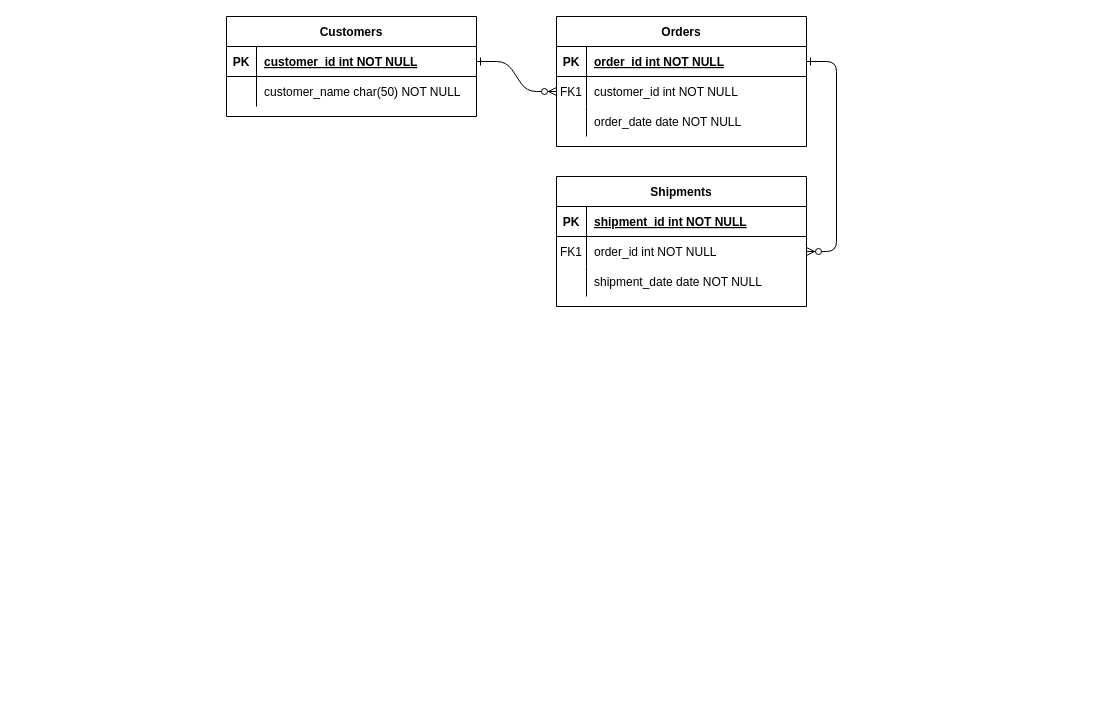
Above: SwinApp.drawio in Olivia-Ph/SwinApp (draw.io), before the change. Source tidied: cells renumbered, new cells numbered last; positions are measured from the earlier drawing's top-left corner, leaving out a move shared by most shapes. Both pictures are drawn from the tidied source at 100%, with x=0, y=0 at pixel (226, 16).
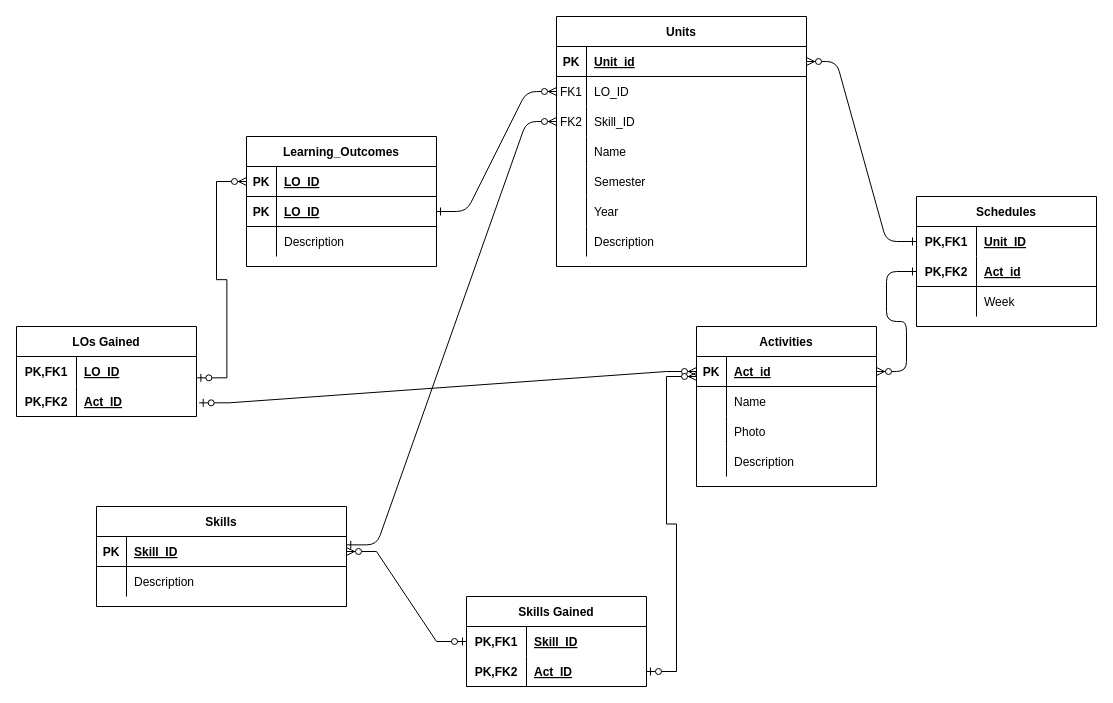
After the change.

The change refers to these unchanged cells:
```xml
<mxCell id="5" style="shape=partialRectangle;fillColor=none;points=[[0,0.5],[1,0.5]];portConstraint=eastwest;top=0;left=0;right=0;bottom=1;" parent="4" vertex="1">
  <mxGeometry y="30" width="250" height="30" as="geometry" />
</mxCell>
<mxCell id="8" style="shape=partialRectangle;fillColor=none;points=[[0,0.5],[1,0.5]];portConstraint=eastwest;top=0;left=0;right=0;bottom=0;" parent="4" vertex="1">
  <mxGeometry y="60" width="250" height="30" as="geometry" />
</mxCell>
<mxCell id="11" style="shape=partialRectangle;fillColor=none;points=[[0,0.5],[1,0.5]];portConstraint=eastwest;top=0;left=0;right=0;bottom=0;" parent="4" vertex="1">
  <mxGeometry y="90" width="250" height="30" as="geometry" />
</mxCell>
<mxCell id="15" style="shape=partialRectangle;fillColor=none;points=[[0,0.5],[1,0.5]];portConstraint=eastwest;top=0;left=0;right=0;bottom=1;" parent="14" vertex="1">
  <mxGeometry y="30" width="250" height="30" as="geometry" />
</mxCell>
<mxCell id="18" style="shape=partialRectangle;fillColor=none;points=[[0,0.5],[1,0.5]];portConstraint=eastwest;top=0;left=0;right=0;bottom=0;" parent="14" vertex="1">
  <mxGeometry y="60" width="250" height="30" as="geometry" />
</mxCell>
```

The edit, as a diff of the source:
```diff
@@
-    <mxCell id="3" style="edgeStyle=entityRelationEdgeStyle;endArrow=ERzeroToMany;startArrow=ERone;endFill=1;startFill=0;" parent="1" edge="1" source="5" target="18">
-      <mxGeometry relative="1" as="geometry" />
-    </mxCell>
-    <mxCell id="4" value="Orders" style="shape=table;startSize=30;childLayout=tableLayout;rowLines=0;fontStyle=1;align=center;" parent="1" vertex="1">
-      <mxGeometry x="330" width="250" height="130" as="geometry" />
+    <mxCell id="4" value="Units" style="shape=table;startSize=30;childLayout=tableLayout;rowLines=0;fontStyle=1;align=center;" parent="1" vertex="1">
+      <mxGeometry x="330" width="250" height="250" as="geometry" />
     </mxCell>
@@
-    <mxCell id="7" value="order_id int NOT NULL " style="shape=partialRectangle;overflow=hidden;fillColor=none;top=0;left=0;bottom=0;right=0;align=left;spacingLeft=6;fontStyle=5;" parent="5" vertex="1">
+    <mxCell id="7" value="Unit_id" style="shape=partialRectangle;overflow=hidden;fillColor=none;top=0;left=0;bottom=0;right=0;align=left;spacingLeft=6;fontStyle=5;" parent="5" vertex="1">
       <mxGeometry x="30" width="220" height="30" as="geometry" />
     </mxCell>
@@
-    <mxCell id="10" value="customer_id int NOT NULL" style="shape=partialRectangle;overflow=hidden;fillColor=none;top=0;left=0;bottom=0;right=0;align=left;spacingLeft=6;" parent="8" vertex="1">
+    <mxCell id="10" value="LO_ID" style="shape=partialRectangle;overflow=hidden;fillColor=none;top=0;left=0;bottom=0;right=0;align=left;spacingLeft=6;" parent="8" vertex="1">
       <mxGeometry x="30" width="220" height="30" as="geometry" />
     </mxCell>
@@
-    <mxCell id="12" style="shape=partialRectangle;overflow=hidden;fillColor=none;top=0;left=0;bottom=0;right=0;" parent="11" vertex="1">
+    <mxCell id="12" value="FK2" style="shape=partialRectangle;overflow=hidden;fillColor=none;top=0;left=0;bottom=0;right=0;" parent="11" vertex="1">
       <mxGeometry width="30" height="30" as="geometry" />
     </mxCell>
-    <mxCell id="13" value="order_date date NOT NULL" style="shape=partialRectangle;overflow=hidden;fillColor=none;top=0;left=0;bottom=0;right=0;align=left;spacingLeft=6;" parent="11" vertex="1">
+    <mxCell id="13" value="Skill_ID" style="shape=partialRectangle;overflow=hidden;fillColor=none;top=0;left=0;bottom=0;right=0;align=left;spacingLeft=6;" parent="11" vertex="1">
       <mxGeometry x="30" width="220" height="30" as="geometry" />
     </mxCell>
+    <mxCell id="31" style="shape=partialRectangle;fillColor=none;top=0;left=0;right=0;bottom=0;" parent="4" vertex="1">
+      <mxGeometry y="120" width="250" height="30" as="geometry" />
+    </mxCell>
+    <mxCell id="32" style="shape=partialRectangle;overflow=hidden;fillColor=none;top=0;left=0;bottom=0;right=0;" parent="31" vertex="1">
+      <mxGeometry width="30" height="30" as="geometry" />
+    </mxCell>
+    <mxCell id="33" value="Name" style="shape=partialRectangle;overflow=hidden;fillColor=none;top=0;left=0;bottom=0;right=0;align=left;spacingLeft=6;" parent="31" vertex="1">
+      <mxGeometry x="30" width="220" height="30" as="geometry" />
+    </mxCell>
+    <mxCell id="34" style="shape=partialRectangle;fillColor=none;top=0;left=0;right=0;bottom=0;" parent="4" vertex="1">
+      <mxGeometry y="150" width="250" height="30" as="geometry" />
+    </mxCell>
+    <mxCell id="35" style="shape=partialRectangle;overflow=hidden;fillColor=none;top=0;left=0;bottom=0;right=0;" parent="34" vertex="1">
+      <mxGeometry width="30" height="30" as="geometry" />
+    </mxCell>
+    <mxCell id="36" value="Semester" style="shape=partialRectangle;overflow=hidden;fillColor=none;top=0;left=0;bottom=0;right=0;align=left;spacingLeft=6;" parent="34" vertex="1">
+      <mxGeometry x="30" width="220" height="30" as="geometry" />
+    </mxCell>
+    <mxCell id="37" style="shape=partialRectangle;fillColor=none;top=0;left=0;right=0;bottom=0;" parent="4" vertex="1">
+      <mxGeometry y="180" width="250" height="30" as="geometry" />
+    </mxCell>
+    <mxCell id="38" style="shape=partialRectangle;overflow=hidden;fillColor=none;top=0;left=0;bottom=0;right=0;" parent="37" vertex="1">
+      <mxGeometry width="30" height="30" as="geometry" />
+    </mxCell>
+    <mxCell id="39" value="Year" style="shape=partialRectangle;overflow=hidden;fillColor=none;top=0;left=0;bottom=0;right=0;align=left;spacingLeft=6;" parent="37" vertex="1">
+      <mxGeometry x="30" width="220" height="30" as="geometry" />
+    </mxCell>
+    <mxCell id="40" style="shape=partialRectangle;fillColor=none;top=0;left=0;right=0;bottom=0;" parent="4" vertex="1">
+      <mxGeometry y="210" width="250" height="30" as="geometry" />
+    </mxCell>
+    <mxCell id="41" style="shape=partialRectangle;overflow=hidden;fillColor=none;top=0;left=0;bottom=0;right=0;" parent="40" vertex="1">
+      <mxGeometry width="30" height="30" as="geometry" />
+    </mxCell>
+    <mxCell id="42" value="Description" style="shape=partialRectangle;overflow=hidden;fillColor=none;top=0;left=0;bottom=0;right=0;align=left;spacingLeft=6;" parent="40" vertex="1">
+      <mxGeometry x="30" width="220" height="30" as="geometry" />
+    </mxCell>
-    <mxCell id="14" value="Shipments" style="shape=table;startSize=30;childLayout=tableLayout;rowLines=0;fontStyle=1;align=center;" parent="1" vertex="1">
-      <mxGeometry x="330" y="160" width="250" height="130" as="geometry" />
+    <mxCell id="14" value="Skills" style="shape=table;startSize=30;childLayout=tableLayout;rowLines=0;fontStyle=1;align=center;" parent="1" vertex="1">
+      <mxGeometry x="-130" y="490" width="250" height="100" as="geometry" />
     </mxCell>
@@
-    <mxCell id="17" value="shipment_id int NOT NULL " style="shape=partialRectangle;overflow=hidden;fillColor=none;top=0;left=0;bottom=0;right=0;align=left;spacingLeft=6;fontStyle=5;" parent="15" vertex="1">
+    <mxCell id="17" value="Skill_ID" style="shape=partialRectangle;overflow=hidden;fillColor=none;top=0;left=0;bottom=0;right=0;align=left;spacingLeft=6;fontStyle=5;" parent="15" vertex="1">
       <mxGeometry x="30" width="220" height="30" as="geometry" />
     </mxCell>
@@
-    <mxCell id="19" value="FK1" style="shape=partialRectangle;overflow=hidden;fillColor=none;top=0;left=0;bottom=0;right=0;" parent="18" vertex="1">
+    <mxCell id="19" style="shape=partialRectangle;overflow=hidden;fillColor=none;top=0;left=0;bottom=0;right=0;" parent="18" vertex="1">
       <mxGeometry width="30" height="30" as="geometry" />
     </mxCell>
-    <mxCell id="20" value="order_id int NOT NULL" style="shape=partialRectangle;overflow=hidden;fillColor=none;top=0;left=0;bottom=0;right=0;align=left;spacingLeft=6;" parent="18" vertex="1">
+    <mxCell id="20" value="Description" style="shape=partialRectangle;overflow=hidden;fillColor=none;top=0;left=0;bottom=0;right=0;align=left;spacingLeft=6;" parent="18" vertex="1">
       <mxGeometry x="30" width="220" height="30" as="geometry" />
     </mxCell>
-    <mxCell id="21" style="shape=partialRectangle;fillColor=none;top=0;left=0;right=0;bottom=0;" parent="14" vertex="1">
-      <mxGeometry y="90" width="250" height="30" as="geometry" />
-    </mxCell>
-    <mxCell id="22" style="shape=partialRectangle;overflow=hidden;fillColor=none;top=0;left=0;bottom=0;right=0;" parent="21" vertex="1">
-      <mxGeometry width="30" height="30" as="geometry" />
-    </mxCell>
-    <mxCell id="23" value="shipment_date date NOT NULL" style="shape=partialRectangle;overflow=hidden;fillColor=none;top=0;left=0;bottom=0;right=0;align=left;spacingLeft=6;" parent="21" vertex="1">
-      <mxGeometry x="30" width="220" height="30" as="geometry" />
-    </mxCell>
-    <mxCell id="24" value="Customers" style="shape=table;startSize=30;childLayout=tableLayout;rowLines=0;fontStyle=1;align=center;" parent="1" vertex="1">
-      <mxGeometry width="250" height="100" as="geometry" />
+    <mxCell id="24" value="Learning_Outcomes" style="shape=table;startSize=30;childLayout=tableLayout;rowLines=0;fontStyle=1;align=center;" parent="1" vertex="1">
+      <mxGeometry x="20" y="120" width="190" height="130" as="geometry" />
     </mxCell>
+    <mxCell id="43" style="shape=partialRectangle;fillColor=none;points=[[0,0.5],[1,0.5]];portConstraint=eastwest;top=0;left=0;right=0;bottom=1;" parent="24" vertex="1">
+      <mxGeometry y="30" width="190" height="30" as="geometry" />
+    </mxCell>
+    <mxCell id="44" value="PK" style="shape=partialRectangle;overflow=hidden;fillColor=none;top=0;left=0;bottom=0;right=0;fontStyle=1;" parent="43" vertex="1">
+      <mxGeometry width="30" height="30" as="geometry" />
+    </mxCell>
+    <mxCell id="45" value="LO_ID" style="shape=partialRectangle;overflow=hidden;fillColor=none;top=0;left=0;bottom=0;right=0;align=left;spacingLeft=6;fontStyle=5;" parent="43" vertex="1">
+      <mxGeometry x="30" width="160" height="30" as="geometry" />
+    </mxCell>
     <mxCell id="25" style="shape=partialRectangle;fillColor=none;points=[[0,0.5],[1,0.5]];portConstraint=eastwest;top=0;left=0;right=0;bottom=1;" parent="24" vertex="1">
-      <mxGeometry y="30" width="250" height="30" as="geometry" />
+      <mxGeometry y="60" width="190" height="30" as="geometry" />
     </mxCell>
@@
-    <mxCell id="27" value="customer_id int NOT NULL " style="shape=partialRectangle;overflow=hidden;fillColor=none;top=0;left=0;bottom=0;right=0;align=left;spacingLeft=6;fontStyle=5;" parent="25" vertex="1">
-      <mxGeometry x="30" width="220" height="30" as="geometry" />
+    <mxCell id="27" value="LO_ID" style="shape=partialRectangle;overflow=hidden;fillColor=none;top=0;left=0;bottom=0;right=0;align=left;spacingLeft=6;fontStyle=5;" parent="25" vertex="1">
+      <mxGeometry x="30" width="160" height="30" as="geometry" />
     </mxCell>
     <mxCell id="28" style="shape=partialRectangle;fillColor=none;top=0;left=0;right=0;bottom=0;" parent="24" vertex="1">
-      <mxGeometry y="60" width="250" height="30" as="geometry" />
+      <mxGeometry y="90" width="190" height="30" as="geometry" />
     </mxCell>
@@
-    <mxCell id="30" value="customer_name char(50) NOT NULL" style="shape=partialRectangle;overflow=hidden;fillColor=none;top=0;left=0;bottom=0;right=0;align=left;spacingLeft=6;" parent="28" vertex="1">
-      <mxGeometry x="30" width="220" height="30" as="geometry" />
+    <mxCell id="30" value="Description" style="shape=partialRectangle;overflow=hidden;fillColor=none;top=0;left=0;bottom=0;right=0;align=left;spacingLeft=6;" parent="28" vertex="1">
+      <mxGeometry x="30" width="160" height="30" as="geometry" />
     </mxCell>
+    <mxCell id="46" style="edgeStyle=entityRelationEdgeStyle;endArrow=ERzeroToMany;startArrow=ERone;endFill=1;startFill=0;entryX=0;entryY=0.5;entryDx=0;entryDy=0;exitX=1.001;exitY=0.279;exitDx=0;exitDy=0;exitPerimeter=0;" parent="1" edge="1" source="15" target="11">
+      <mxGeometry relative="1" as="geometry" />
+    </mxCell>
+    <mxCell id="47" value="Activities" style="shape=table;startSize=30;childLayout=tableLayout;rowLines=0;fontStyle=1;align=center;" parent="1" vertex="1">
+      <mxGeometry x="470" y="310" width="180" height="160" as="geometry" />
+    </mxCell>
+    <mxCell id="48" style="shape=tableRow;horizontal=0;startSize=0;swimlaneHead=0;swimlaneBody=0;fillColor=none;points=[[0,0.5],[1,0.5]];portConstraint=eastwest;top=0;left=0;right=0;bottom=1;" parent="47" vertex="1">
+      <mxGeometry y="30" width="180" height="30" as="geometry" />
+    </mxCell>
+    <mxCell id="49" value="PK" style="shape=partialRectangle;fillColor=none;top=0;left=0;bottom=0;right=0;fontStyle=1;overflow=hidden;" parent="48" vertex="1">
+      <mxGeometry width="30" height="30" as="geometry" />
+    </mxCell>
+    <mxCell id="50" value="Act_id" style="shape=partialRectangle;fillColor=none;top=0;left=0;bottom=0;right=0;align=left;spacingLeft=6;fontStyle=5;overflow=hidden;" parent="48" vertex="1">
+      <mxGeometry x="30" width="150" height="30" as="geometry" />
+    </mxCell>
+    <mxCell id="51" style="shape=tableRow;horizontal=0;startSize=0;swimlaneHead=0;swimlaneBody=0;fillColor=none;top=0;left=0;right=0;bottom=0;" parent="47" vertex="1">
+      <mxGeometry y="60" width="180" height="30" as="geometry" />
+    </mxCell>
+    <mxCell id="52" style="shape=partialRectangle;fillColor=none;top=0;left=0;bottom=0;right=0;overflow=hidden;" parent="51" vertex="1">
+      <mxGeometry width="30" height="30" as="geometry" />
+    </mxCell>
+    <mxCell id="53" value="Name" style="shape=partialRectangle;fillColor=none;top=0;left=0;bottom=0;right=0;align=left;spacingLeft=6;overflow=hidden;" parent="51" vertex="1">
+      <mxGeometry x="30" width="150" height="30" as="geometry" />
+    </mxCell>
+    <mxCell id="54" style="shape=tableRow;horizontal=0;startSize=0;swimlaneHead=0;swimlaneBody=0;fillColor=none;top=0;left=0;right=0;bottom=0;" parent="47" vertex="1">
+      <mxGeometry y="90" width="180" height="30" as="geometry" />
+    </mxCell>
+    <mxCell id="55" style="shape=partialRectangle;fillColor=none;top=0;left=0;bottom=0;right=0;overflow=hidden;" parent="54" vertex="1">
+      <mxGeometry width="30" height="30" as="geometry" />
+    </mxCell>
+    <mxCell id="56" value="Photo" style="shape=partialRectangle;fillColor=none;top=0;left=0;bottom=0;right=0;align=left;spacingLeft=6;overflow=hidden;" parent="54" vertex="1">
+      <mxGeometry x="30" width="150" height="30" as="geometry" />
+    </mxCell>
+    <mxCell id="57" style="shape=tableRow;horizontal=0;startSize=0;swimlaneHead=0;swimlaneBody=0;fillColor=none;top=0;left=0;right=0;bottom=0;" parent="47" vertex="1">
+      <mxGeometry y="120" width="180" height="30" as="geometry" />
+    </mxCell>
+    <mxCell id="58" style="shape=partialRectangle;fillColor=none;top=0;left=0;bottom=0;right=0;overflow=hidden;" parent="57" vertex="1">
+      <mxGeometry width="30" height="30" as="geometry" />
+    </mxCell>
+    <mxCell id="59" value="Description" style="shape=partialRectangle;fillColor=none;top=0;left=0;bottom=0;right=0;align=left;spacingLeft=6;overflow=hidden;" parent="57" vertex="1">
+      <mxGeometry x="30" width="150" height="30" as="geometry" />
+    </mxCell>
+    <mxCell id="60" value="Schedules" style="shape=table;startSize=30;childLayout=tableLayout;rowLines=0;fontStyle=1;align=center;" parent="1" vertex="1">
+      <mxGeometry x="690" y="180" width="180" height="130" as="geometry" />
+    </mxCell>
+    <mxCell id="61" style="shape=tableRow;horizontal=0;startSize=0;swimlaneHead=0;swimlaneBody=0;fillColor=none;points=[[0,0.5],[1,0.5]];portConstraint=eastwest;top=0;left=0;right=0;bottom=0;" parent="60" vertex="1">
+      <mxGeometry y="30" width="180" height="30" as="geometry" />
+    </mxCell>
+    <mxCell id="62" value="PK,FK1" style="shape=partialRectangle;fillColor=none;top=0;left=0;bottom=0;right=0;fontStyle=1;overflow=hidden;" parent="61" vertex="1">
+      <mxGeometry width="60" height="30" as="geometry" />
+    </mxCell>
+    <mxCell id="63" value="Unit_ID" style="shape=partialRectangle;fillColor=none;top=0;left=0;bottom=0;right=0;align=left;spacingLeft=6;fontStyle=5;overflow=hidden;" parent="61" vertex="1">
+      <mxGeometry x="60" width="120" height="30" as="geometry" />
+    </mxCell>
+    <mxCell id="64" style="shape=tableRow;horizontal=0;startSize=0;swimlaneHead=0;swimlaneBody=0;fillColor=none;points=[[0,0.5],[1,0.5]];portConstraint=eastwest;top=0;left=0;right=0;bottom=1;" parent="60" vertex="1">
+      <mxGeometry y="60" width="180" height="30" as="geometry" />
+    </mxCell>
+    <mxCell id="65" value="PK,FK2" style="shape=partialRectangle;fillColor=none;top=0;left=0;bottom=0;right=0;fontStyle=1;overflow=hidden;" parent="64" vertex="1">
+      <mxGeometry width="60" height="30" as="geometry" />
+    </mxCell>
+    <mxCell id="66" value="Act_id" style="shape=partialRectangle;fillColor=none;top=0;left=0;bottom=0;right=0;align=left;spacingLeft=6;fontStyle=5;overflow=hidden;" parent="64" vertex="1">
+      <mxGeometry x="60" width="120" height="30" as="geometry" />
+    </mxCell>
+    <mxCell id="67" style="shape=tableRow;horizontal=0;startSize=0;swimlaneHead=0;swimlaneBody=0;fillColor=none;top=0;left=0;right=0;bottom=0;" parent="60" vertex="1">
+      <mxGeometry y="90" width="180" height="30" as="geometry" />
+    </mxCell>
+    <mxCell id="68" style="shape=partialRectangle;fillColor=none;top=0;left=0;bottom=0;right=0;overflow=hidden;" parent="67" vertex="1">
+      <mxGeometry width="60" height="30" as="geometry" />
+    </mxCell>
+    <mxCell id="69" value="Week" style="shape=partialRectangle;fillColor=none;top=0;left=0;bottom=0;right=0;align=left;spacingLeft=6;overflow=hidden;" parent="67" vertex="1">
+      <mxGeometry x="60" width="120" height="30" as="geometry" />
+    </mxCell>
+    <mxCell id="70" style="edgeStyle=entityRelationEdgeStyle;endArrow=ERzeroToMany;startArrow=ERone;endFill=1;startFill=0;entryX=1;entryY=0.5;entryDx=0;entryDy=0;" parent="1" edge="1" source="61" target="5">
+      <mxGeometry relative="1" as="geometry" />
+    </mxCell>
+    <mxCell id="71" style="edgeStyle=entityRelationEdgeStyle;endArrow=ERzeroToMany;startArrow=ERone;endFill=1;startFill=0;exitX=0;exitY=0.5;exitDx=0;exitDy=0;entryX=1;entryY=0.5;entryDx=0;entryDy=0;" parent="1" edge="1" source="64" target="48">
+      <mxGeometry relative="1" as="geometry" />
+    </mxCell>
+    <mxCell id="72" value="LOs Gained" style="shape=table;startSize=30;childLayout=tableLayout;rowLines=0;fontStyle=1;align=center;" parent="1" vertex="1">
+      <mxGeometry x="-210" y="310" width="180" height="90" as="geometry" />
+    </mxCell>
+    <mxCell id="73" style="shape=tableRow;horizontal=0;startSize=0;swimlaneHead=0;swimlaneBody=0;fillColor=none;points=[[0,0.5],[1,0.5]];portConstraint=eastwest;top=0;left=0;right=0;bottom=0;" parent="72" vertex="1">
+      <mxGeometry y="30" width="180" height="30" as="geometry" />
+    </mxCell>
+    <mxCell id="74" value="PK,FK1" style="shape=partialRectangle;fillColor=none;top=0;left=0;bottom=0;right=0;fontStyle=1;overflow=hidden;" parent="73" vertex="1">
+      <mxGeometry width="60" height="30" as="geometry" />
+    </mxCell>
+    <mxCell id="75" value="LO_ID" style="shape=partialRectangle;fillColor=none;top=0;left=0;bottom=0;right=0;align=left;spacingLeft=6;fontStyle=5;overflow=hidden;" parent="73" vertex="1">
+      <mxGeometry x="60" width="120" height="30" as="geometry" />
+    </mxCell>
+    <mxCell id="76" style="shape=tableRow;horizontal=0;startSize=0;swimlaneHead=0;swimlaneBody=0;fillColor=none;points=[[0,0.5],[1,0.5]];portConstraint=eastwest;top=0;left=0;right=0;bottom=1;swimlaneFillColor=default;strokeColor=none;" parent="72" vertex="1">
+      <mxGeometry y="60" width="180" height="30" as="geometry" />
+    </mxCell>
+    <mxCell id="77" value="PK,FK2" style="shape=partialRectangle;fillColor=none;top=0;left=0;bottom=0;right=0;fontStyle=1;overflow=hidden;" parent="76" vertex="1">
+      <mxGeometry width="60" height="30" as="geometry" />
+    </mxCell>
+    <mxCell id="78" value="Act_ID" style="shape=partialRectangle;fillColor=none;top=0;left=0;bottom=0;right=0;align=left;spacingLeft=6;fontStyle=5;overflow=hidden;" parent="76" vertex="1">
+      <mxGeometry x="60" width="120" height="30" as="geometry" />
+    </mxCell>
+    <mxCell id="79" value="Skills Gained" style="shape=table;startSize=30;childLayout=tableLayout;rowLines=0;fontStyle=1;align=center;" parent="1" vertex="1">
+      <mxGeometry x="240" y="580" width="180" height="90" as="geometry" />
+    </mxCell>
+    <mxCell id="80" style="shape=tableRow;horizontal=0;startSize=0;swimlaneHead=0;swimlaneBody=0;fillColor=none;points=[[0,0.5],[1,0.5]];portConstraint=eastwest;top=0;left=0;right=0;bottom=0;" parent="79" vertex="1">
+      <mxGeometry y="30" width="180" height="30" as="geometry" />
+    </mxCell>
+    <mxCell id="81" value="PK,FK1" style="shape=partialRectangle;fillColor=none;top=0;left=0;bottom=0;right=0;fontStyle=1;overflow=hidden;" parent="80" vertex="1">
+      <mxGeometry width="60" height="30" as="geometry" />
+    </mxCell>
+    <mxCell id="82" value="Skill_ID" style="shape=partialRectangle;fillColor=none;top=0;left=0;bottom=0;right=0;align=left;spacingLeft=6;fontStyle=5;overflow=hidden;" parent="80" vertex="1">
+      <mxGeometry x="60" width="120" height="30" as="geometry" />
+    </mxCell>
+    <mxCell id="83" style="shape=tableRow;horizontal=0;startSize=0;swimlaneHead=0;swimlaneBody=0;fillColor=none;points=[[0,0.5],[1,0.5]];portConstraint=eastwest;top=0;left=0;right=0;bottom=1;swimlaneFillColor=default;strokeColor=none;" parent="79" vertex="1">
+      <mxGeometry y="60" width="180" height="30" as="geometry" />
+    </mxCell>
+    <mxCell id="84" value="PK,FK2" style="shape=partialRectangle;fillColor=none;top=0;left=0;bottom=0;right=0;fontStyle=1;overflow=hidden;" parent="83" vertex="1">
+      <mxGeometry width="60" height="30" as="geometry" />
+    </mxCell>
+    <mxCell id="85" value="Act_ID" style="shape=partialRectangle;fillColor=none;top=0;left=0;bottom=0;right=0;align=left;spacingLeft=6;fontStyle=5;overflow=hidden;" parent="83" vertex="1">
+      <mxGeometry x="60" width="120" height="30" as="geometry" />
+    </mxCell>
+    <mxCell id="86" style="edgeStyle=entityRelationEdgeStyle;fontSize=12;html=1;endArrow=ERzeroToMany;startArrow=ERzeroToOne;rounded=0;entryX=0;entryY=0.5;entryDx=0;entryDy=0;exitX=1.002;exitY=0.711;exitDx=0;exitDy=0;exitPerimeter=0;" parent="1" edge="1" source="73" target="43">
+      <mxGeometry relative="1" as="geometry" />
+    </mxCell>
+    <mxCell id="87" style="edgeStyle=entityRelationEdgeStyle;fontSize=12;html=1;endArrow=ERzeroToMany;startArrow=ERzeroToOne;rounded=0;exitX=1.015;exitY=0.544;exitDx=0;exitDy=0;exitPerimeter=0;entryX=0;entryY=0.5;entryDx=0;entryDy=0;" parent="1" edge="1" source="76" target="48">
+      <mxGeometry relative="1" as="geometry" />
+    </mxCell>
+    <mxCell id="88" style="edgeStyle=entityRelationEdgeStyle;fontSize=12;html=1;endArrow=ERzeroToMany;startArrow=ERzeroToOne;rounded=0;exitX=0;exitY=0.5;exitDx=0;exitDy=0;entryX=1;entryY=0.5;entryDx=0;entryDy=0;" parent="1" edge="1" source="80" target="15">
+      <mxGeometry relative="1" as="geometry" />
+    </mxCell>
+    <mxCell id="89" style="edgeStyle=entityRelationEdgeStyle;fontSize=12;html=1;endArrow=ERzeroToMany;startArrow=ERzeroToOne;rounded=0;entryX=0;entryY=0.667;entryDx=0;entryDy=0;entryPerimeter=0;" parent="1" edge="1" source="83" target="48">
+      <mxGeometry relative="1" as="geometry" />
+    </mxCell>
```
